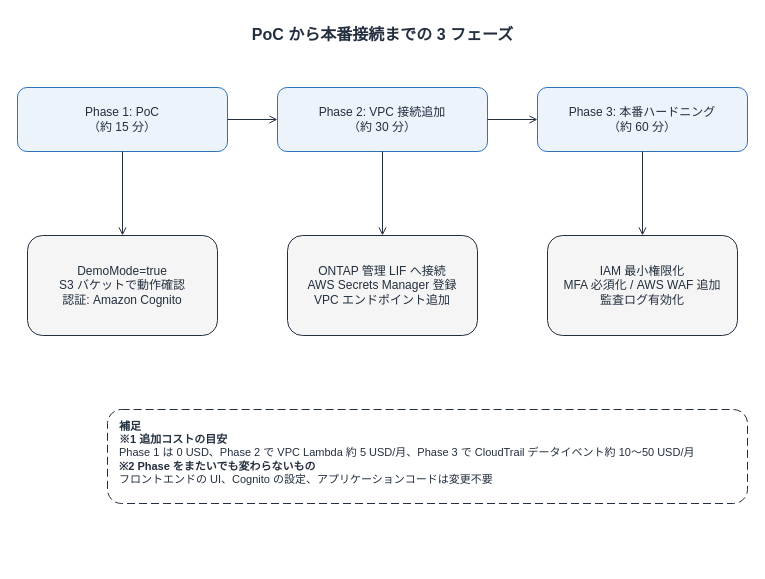
The draw.io diagram docs/diagrams/part2-poc-to-production.drawio in Yoshiki0705/FSx-for-ONTAP-S3AccessPoints-Serverless-Patterns, before the edit. Source tidied: cells renumbered, new cells numbered last; positions are measured from the earlier drawing's top-left corner, leaving out a move shared by most shapes. Both pictures are drawn from the tidied source at 100%, with x=0, y=0 at pixel (17, 17).
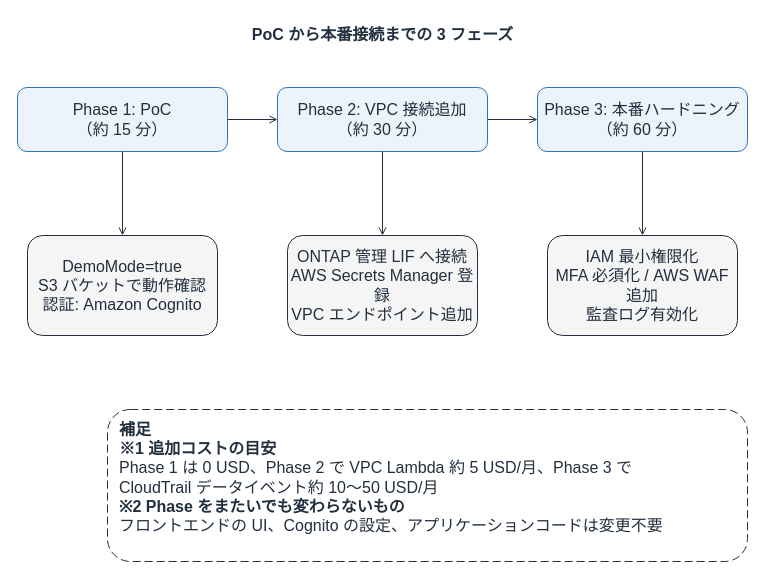
After the change.

What changed in the source:
```diff
@@
 <mxGraphModel background="#FFFFFF">
   <root>
     <mxCell id="0" />
     <mxCell id="1" parent="0" />
     <mxCell id="2" value="PoC から本番接続までの 3 フェーズ" style="text;html=1;align=center;verticalAlign=middle;fontSize=16;fontStyle=1;fontColor=#232F3E;" parent="1" vertex="1">
       <mxGeometry width="730" height="34" as="geometry" />
     </mxCell>
-    <mxCell id="3" value="Phase 1: PoC&lt;br&gt;（約 15 分）" style="rounded=1;whiteSpace=wrap;html=1;dashed=0;strokeColor=#2E73B8;fillColor=#EDF3FB;align=center;verticalAlign=middle;fontSize=12;fontColor=#232F3E;" parent="1" vertex="1">
+    <mxCell id="3" value="Phase 1: PoC&lt;br&gt;（約 15 分）" style="rounded=1;whiteSpace=wrap;html=1;dashed=0;strokeColor=#2E73B8;fillColor=#EDF3FB;align=center;verticalAlign=middle;fontSize=16;fontColor=#232F3E;" parent="1" vertex="1">
       <mxGeometry y="70" width="210" height="64" as="geometry" />
     </mxCell>
-    <mxCell id="4" value="Phase 2: VPC 接続追加&lt;br&gt;（約 30 分）" style="rounded=1;whiteSpace=wrap;html=1;dashed=0;strokeColor=#2E73B8;fillColor=#EDF3FB;align=center;verticalAlign=middle;fontSize=12;fontColor=#232F3E;" parent="1" vertex="1">
+    <mxCell id="4" value="Phase 2: VPC 接続追加&lt;br&gt;（約 30 分）" style="rounded=1;whiteSpace=wrap;html=1;dashed=0;strokeColor=#2E73B8;fillColor=#EDF3FB;align=center;verticalAlign=middle;fontSize=16;fontColor=#232F3E;" parent="1" vertex="1">
       <mxGeometry x="260" y="70" width="210" height="64" as="geometry" />
     </mxCell>
-    <mxCell id="5" value="Phase 3: 本番ハードニング&lt;br&gt;（約 60 分）" style="rounded=1;whiteSpace=wrap;html=1;dashed=0;strokeColor=#2E73B8;fillColor=#EDF3FB;align=center;verticalAlign=middle;fontSize=12;fontColor=#232F3E;" parent="1" vertex="1">
+    <mxCell id="5" value="Phase 3: 本番ハードニング&lt;br&gt;（約 60 分）" style="rounded=1;whiteSpace=wrap;html=1;dashed=0;strokeColor=#2E73B8;fillColor=#EDF3FB;align=center;verticalAlign=middle;fontSize=16;fontColor=#232F3E;" parent="1" vertex="1">
       <mxGeometry x="520" y="70" width="210" height="64" as="geometry" />
     </mxCell>
-    <mxCell id="6" value="DemoMode=true&lt;br&gt;S3 バケットで動作確認&lt;br&gt;認証: Amazon Cognito" style="rounded=1;whiteSpace=wrap;html=1;dashed=0;strokeColor=#232F3E;fillColor=#F5F5F5;align=center;verticalAlign=middle;fontSize=12;fontColor=#232F3E;" parent="1" vertex="1">
+    <mxCell id="6" value="DemoMode=true&lt;br&gt;S3 バケットで動作確認&lt;br&gt;認証: Amazon Cognito" style="rounded=1;whiteSpace=wrap;html=1;dashed=0;strokeColor=#232F3E;fillColor=#F5F5F5;align=center;verticalAlign=middle;fontSize=16;fontColor=#232F3E;" parent="1" vertex="1">
       <mxGeometry x="10" y="218" width="190" height="100" as="geometry" />
     </mxCell>
-    <mxCell id="7" value="ONTAP 管理 LIF へ接続&lt;br&gt;AWS Secrets Manager 登録&lt;br&gt;VPC エンドポイント追加" style="rounded=1;whiteSpace=wrap;html=1;dashed=0;strokeColor=#232F3E;fillColor=#F5F5F5;align=center;verticalAlign=middle;fontSize=12;fontColor=#232F3E;" parent="1" vertex="1">
+    <mxCell id="7" value="ONTAP 管理 LIF へ接続&lt;br&gt;AWS Secrets Manager 登録&lt;br&gt;VPC エンドポイント追加" style="rounded=1;whiteSpace=wrap;html=1;dashed=0;strokeColor=#232F3E;fillColor=#F5F5F5;align=center;verticalAlign=middle;fontSize=16;fontColor=#232F3E;" parent="1" vertex="1">
       <mxGeometry x="270" y="218" width="190" height="100" as="geometry" />
     </mxCell>
-    <mxCell id="8" value="IAM 最小権限化&lt;br&gt;MFA 必須化 / AWS WAF 追加&lt;br&gt;監査ログ有効化" style="rounded=1;whiteSpace=wrap;html=1;dashed=0;strokeColor=#232F3E;fillColor=#F5F5F5;align=center;verticalAlign=middle;fontSize=12;fontColor=#232F3E;" parent="1" vertex="1">
+    <mxCell id="8" value="IAM 最小権限化&lt;br&gt;MFA 必須化 / AWS WAF 追加&lt;br&gt;監査ログ有効化" style="rounded=1;whiteSpace=wrap;html=1;dashed=0;strokeColor=#232F3E;fillColor=#F5F5F5;align=center;verticalAlign=middle;fontSize=16;fontColor=#232F3E;" parent="1" vertex="1">
       <mxGeometry x="530" y="218" width="190" height="100" as="geometry" />
     </mxCell>
-    <mxCell id="9" style="edgeStyle=orthogonalEdgeStyle;rounded=0;jettySize=auto;html=1;endArrow=open;endFill=0;strokeColor=#232F3E;strokeWidth=1;fontSize=12;fontColor=#232F3E;labelBackgroundColor=#ffffff;" parent="1" edge="1" source="3" target="4">
+    <mxCell id="9" style="edgeStyle=orthogonalEdgeStyle;rounded=0;jettySize=auto;html=1;endArrow=open;endFill=0;strokeColor=#232F3E;strokeWidth=1;fontSize=16;fontColor=#232F3E;labelBackgroundColor=#ffffff;" parent="1" edge="1" source="3" target="4">
       <mxGeometry relative="1" as="geometry" />
     </mxCell>
-    <mxCell id="10" style="edgeStyle=orthogonalEdgeStyle;rounded=0;jettySize=auto;html=1;endArrow=open;endFill=0;strokeColor=#232F3E;strokeWidth=1;fontSize=12;fontColor=#232F3E;labelBackgroundColor=#ffffff;" parent="1" edge="1" source="4" target="5">
+    <mxCell id="10" style="edgeStyle=orthogonalEdgeStyle;rounded=0;jettySize=auto;html=1;endArrow=open;endFill=0;strokeColor=#232F3E;strokeWidth=1;fontSize=16;fontColor=#232F3E;labelBackgroundColor=#ffffff;" parent="1" edge="1" source="4" target="5">
       <mxGeometry relative="1" as="geometry" />
     </mxCell>
-    <mxCell id="11" style="edgeStyle=orthogonalEdgeStyle;rounded=0;jettySize=auto;html=1;endArrow=open;endFill=0;strokeColor=#232F3E;strokeWidth=1;fontSize=12;fontColor=#232F3E;labelBackgroundColor=#ffffff;" parent="1" edge="1" source="3" target="6">
+    <mxCell id="11" style="edgeStyle=orthogonalEdgeStyle;rounded=0;jettySize=auto;html=1;endArrow=open;endFill=0;strokeColor=#232F3E;strokeWidth=1;fontSize=16;fontColor=#232F3E;labelBackgroundColor=#ffffff;" parent="1" edge="1" source="3" target="6">
       <mxGeometry relative="1" as="geometry" />
     </mxCell>
-    <mxCell id="12" style="edgeStyle=orthogonalEdgeStyle;rounded=0;jettySize=auto;html=1;endArrow=open;endFill=0;strokeColor=#232F3E;strokeWidth=1;fontSize=12;fontColor=#232F3E;labelBackgroundColor=#ffffff;" parent="1" edge="1" source="4" target="7">
+    <mxCell id="12" style="edgeStyle=orthogonalEdgeStyle;rounded=0;jettySize=auto;html=1;endArrow=open;endFill=0;strokeColor=#232F3E;strokeWidth=1;fontSize=16;fontColor=#232F3E;labelBackgroundColor=#ffffff;" parent="1" edge="1" source="4" target="7">
       <mxGeometry relative="1" as="geometry" />
     </mxCell>
-    <mxCell id="13" style="edgeStyle=orthogonalEdgeStyle;rounded=0;jettySize=auto;html=1;endArrow=open;endFill=0;strokeColor=#232F3E;strokeWidth=1;fontSize=12;fontColor=#232F3E;labelBackgroundColor=#ffffff;" parent="1" edge="1" source="5" target="8">
+    <mxCell id="13" style="edgeStyle=orthogonalEdgeStyle;rounded=0;jettySize=auto;html=1;endArrow=open;endFill=0;strokeColor=#232F3E;strokeWidth=1;fontSize=16;fontColor=#232F3E;labelBackgroundColor=#ffffff;" parent="1" edge="1" source="5" target="8">
       <mxGeometry relative="1" as="geometry" />
     </mxCell>
-    <mxCell id="14" value="&lt;b&gt;補足&lt;/b&gt;&lt;br&gt;&lt;b&gt;※1 追加コストの目安&lt;/b&gt;&lt;br&gt;Phase 1 は 0 USD、Phase 2 で VPC Lambda 約 5 USD/月、Phase 3 で CloudTrail データイベント約 10〜50 USD/月&lt;br&gt;&lt;b&gt;※2 Phase をまたいでも変わらないもの&lt;/b&gt;&lt;br&gt;フロントエンドの UI、Cognito の設定、アプリケーションコードは変更不要" style="rounded=1;whiteSpace=wrap;html=1;dashed=1;dashPattern=8 4;strokeColor=#232F3E;fillColor=#FFFFFF;align=left;verticalAlign=top;spacingLeft=10;spacingTop=4;fontSize=11;fontColor=#232F3E;" parent="1" vertex="1">
-      <mxGeometry x="90" y="392" width="640" height="94" as="geometry" />
+    <mxCell id="14" value="&lt;b&gt;補足&lt;/b&gt;&lt;br&gt;&lt;b&gt;※1 追加コストの目安&lt;/b&gt;&lt;br&gt;Phase 1 は 0 USD、Phase 2 で VPC Lambda 約 5 USD/月、Phase 3 で&lt;br&gt;CloudTrail データイベント約 10〜50 USD/月&lt;br&gt;&lt;b&gt;※2 Phase をまたいでも変わらないもの&lt;/b&gt;&lt;br&gt;フロントエンドの UI、Cognito の設定、アプリケーションコードは変更不要" style="rounded=1;whiteSpace=wrap;html=1;dashed=1;dashPattern=8 4;strokeColor=#232F3E;fillColor=#FFFFFF;align=left;verticalAlign=top;spacingLeft=10;spacingTop=4;fontSize=16;fontColor=#232F3E;" parent="1" vertex="1">
+      <mxGeometry x="90" y="392" width="640" height="152" as="geometry" />
     </mxCell>
   </root>
 </mxGraphModel>
```
